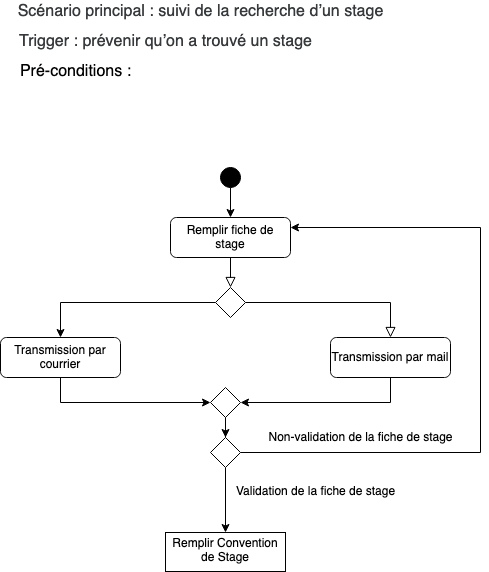
adamspd/outils-ingenierie keeps this draw.io diagram as scenario.drawio.png. Above is the earlier version. Source tidied: cells renumbered, new cells last; positions are measured from the earlier drawing's top-left corner, leaving out a move shared by most shapes. Its diagram source:
```xml
<mxGraphModel>
  <root>
    <mxCell id="0" />
    <mxCell id="1" parent="0" />
    <mxCell id="2" style="rounded=0;html=1;jettySize=auto;fontSize=11;endArrow=block;endFill=0;endSize=8;strokeWidth=1;shadow=0;labelBackgroundColor=none;edgeStyle=orthogonalEdgeStyle;" parent="1" edge="1" source="3" target="6">
      <mxGeometry relative="1" as="geometry" />
    </mxCell>
    <mxCell id="3" value="Remplir fiche de stage" style="rounded=1;whiteSpace=wrap;html=1;fontSize=12;glass=0;strokeWidth=1;shadow=0;" parent="1" vertex="1">
      <mxGeometry x="170" y="216" width="120" height="40" as="geometry" />
    </mxCell>
    <mxCell id="4" style="edgeStyle=orthogonalEdgeStyle;rounded=0;html=1;jettySize=auto;fontSize=11;endArrow=block;endFill=0;endSize=8;strokeWidth=1;shadow=0;labelBackgroundColor=none;" parent="1" edge="1" source="6" target="8">
      <mxGeometry y="10" relative="1" as="geometry" />
    </mxCell>
    <mxCell id="5" style="edgeStyle=orthogonalEdgeStyle;rounded=0;jettySize=auto;html=1;entryX=0.5;entryY=0;entryDx=0;entryDy=0;" parent="1" edge="1" source="6" target="12">
      <mxGeometry relative="1" as="geometry">
        <Array as="points">
          <mxPoint x="60" y="301" />
        </Array>
      </mxGeometry>
    </mxCell>
    <mxCell id="6" style="rhombus;whiteSpace=wrap;html=1;shadow=0;fontFamily=Helvetica;fontSize=12;align=center;strokeWidth=1;spacing=6;spacingTop=-4;" parent="1" vertex="1">
      <mxGeometry x="215" y="286" width="30" height="30" as="geometry" />
    </mxCell>
    <mxCell id="7" style="edgeStyle=orthogonalEdgeStyle;rounded=0;jettySize=auto;html=1;exitX=0.5;exitY=1;exitDx=0;exitDy=0;entryX=1;entryY=0.5;entryDx=0;entryDy=0;" parent="1" edge="1" source="8" target="14">
      <mxGeometry relative="1" as="geometry" />
    </mxCell>
    <mxCell id="8" value="Transmission par mail" style="rounded=1;whiteSpace=wrap;html=1;fontSize=12;glass=0;strokeWidth=1;shadow=0;" parent="1" vertex="1">
      <mxGeometry x="330" y="336" width="120" height="40" as="geometry" />
    </mxCell>
    <mxCell id="9" style="edgeStyle=orthogonalEdgeStyle;rounded=0;jettySize=auto;html=1;" parent="1" edge="1" source="10" target="3">
      <mxGeometry relative="1" as="geometry" />
    </mxCell>
    <mxCell id="10" style="ellipse;whiteSpace=wrap;html=1;rounded=1;shadow=0;strokeWidth=1;glass=0;fillColor=#000000;" parent="1" vertex="1">
      <mxGeometry x="220" y="166" width="20" height="20" as="geometry" />
    </mxCell>
    <mxCell id="11" style="edgeStyle=orthogonalEdgeStyle;rounded=0;jettySize=auto;html=1;exitX=0.5;exitY=1;exitDx=0;exitDy=0;entryX=0;entryY=0.5;entryDx=0;entryDy=0;" parent="1" edge="1" source="12" target="14">
      <mxGeometry relative="1" as="geometry" />
    </mxCell>
    <mxCell id="12" value="Transmission par courrier" style="rounded=1;whiteSpace=wrap;html=1;fontSize=12;glass=0;strokeWidth=1;shadow=0;" parent="1" vertex="1">
      <mxGeometry y="336" width="120" height="40" as="geometry" />
    </mxCell>
    <mxCell id="13" style="edgeStyle=orthogonalEdgeStyle;rounded=0;jettySize=auto;html=1;" parent="1" edge="1" source="14" target="17">
      <mxGeometry relative="1" as="geometry" />
    </mxCell>
    <mxCell id="14" style="rhombus;whiteSpace=wrap;html=1;shadow=0;fontFamily=Helvetica;fontSize=12;align=center;strokeWidth=1;spacing=6;spacingTop=-4;" parent="1" vertex="1">
      <mxGeometry x="210" y="386" width="30" height="30" as="geometry" />
    </mxCell>
    <mxCell id="15" style="edgeStyle=orthogonalEdgeStyle;rounded=0;jettySize=auto;html=1;exitX=1;exitY=0.5;exitDx=0;exitDy=0;entryX=1;entryY=0.25;entryDx=0;entryDy=0;" parent="1" edge="1" source="17" target="3">
      <mxGeometry relative="1" as="geometry">
        <Array as="points">
          <mxPoint x="480" y="451" />
          <mxPoint x="480" y="226" />
        </Array>
      </mxGeometry>
    </mxCell>
    <mxCell id="16" style="edgeStyle=orthogonalEdgeStyle;rounded=0;jettySize=auto;html=1;fontSize=18;" parent="1" edge="1" source="17" target="22">
      <mxGeometry relative="1" as="geometry" />
    </mxCell>
    <mxCell id="17" style="rhombus;whiteSpace=wrap;html=1;shadow=0;fontFamily=Helvetica;fontSize=12;align=center;strokeWidth=1;spacing=6;spacingTop=-4;" parent="1" vertex="1">
      <mxGeometry x="210" y="436" width="30" height="30" as="geometry" />
    </mxCell>
    <mxCell id="18" value="&lt;div&gt;Non-validation de la fiche de stage &lt;br&gt;&lt;/div&gt;" style="text;html=1;align=center;verticalAlign=middle;strokeColor=none;fillColor=none;" parent="1" vertex="1">
      <mxGeometry x="260" y="426" width="200" height="20" as="geometry" />
    </mxCell>
    <mxCell id="19" value="&lt;font style=&quot;font-size: 18px&quot;&gt;&lt;span style=&quot;font-size: 12pt ; font-family: &amp;#34;roboto&amp;#34; , sans-serif ; color: rgb(55 , 58 , 60) ; background-color: transparent ; font-weight: 400 ; font-style: normal ; font-variant: normal ; text-decoration: none ; vertical-align: baseline&quot; id=&quot;docs-internal-guid-2315f3f0-7fff-ca5e-1ef0-04142d9a7859&quot;&gt;Scénario principal : suivi de la recherche d’un stage&lt;/span&gt;&lt;/font&gt;" style="text;html=1;align=center;verticalAlign=middle;strokeColor=none;fillColor=none;" parent="1" vertex="1">
      <mxGeometry x="10" width="380" height="20" as="geometry" />
    </mxCell>
    <mxCell id="20" value="&lt;font style=&quot;font-size: 18px&quot;&gt;&lt;span style=&quot;font-size: 12pt ; font-family: &amp;#34;roboto&amp;#34; , sans-serif ; color: rgb(55 , 58 , 60) ; background-color: transparent ; font-weight: 400 ; font-style: normal ; font-variant: normal ; text-decoration: none ; vertical-align: baseline&quot; id=&quot;docs-internal-guid-c45b90e8-7fff-4aa6-fac8-b19dbd367f1d&quot;&gt;Trigger : prévenir qu’on a trouvé un stage&lt;/span&gt;&lt;/font&gt;" style="text;html=1;align=center;verticalAlign=middle;strokeColor=none;fillColor=none;" parent="1" vertex="1">
      <mxGeometry x="10" y="30" width="310" height="20" as="geometry" />
    </mxCell>
    <mxCell id="21" value="&lt;font size=&quot;3&quot;&gt;Pré-conditions : &lt;br&gt;&lt;/font&gt;" style="text;html=1;align=center;verticalAlign=middle;strokeColor=none;fillColor=none;" parent="1" vertex="1">
      <mxGeometry x="10" y="60" width="130" height="20" as="geometry" />
    </mxCell>
    <mxCell id="22" value="Remplir Convention de Stage" style="whiteSpace=wrap;html=1;shadow=0;strokeWidth=1;spacing=6;spacingTop=-4;" parent="1" vertex="1">
      <mxGeometry x="165" y="531" width="120" height="39" as="geometry" />
    </mxCell>
    <mxCell id="23" value="&lt;div&gt;Validation de la fiche de stage &lt;br&gt;&lt;/div&gt;" style="text;html=1;align=center;verticalAlign=middle;strokeColor=none;fillColor=none;" parent="1" vertex="1">
      <mxGeometry x="230" y="480" width="170" height="20" as="geometry" />
    </mxCell>
  </root>
</mxGraphModel>
```
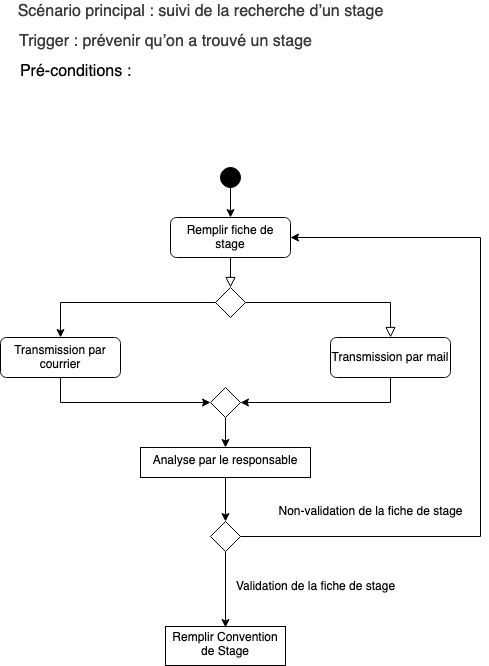
After the commit.

Commit message:
Added "Analyse par le responsable"

Change to the diagram source:
```diff
@@ -39,28 +39,31 @@
     <mxCell id="12" value="Transmission par courrier" style="rounded=1;whiteSpace=wrap;html=1;fontSize=12;glass=0;strokeWidth=1;shadow=0;" parent="1" vertex="1">
       <mxGeometry y="336" width="120" height="40" as="geometry" />
     </mxCell>
-    <mxCell id="13" style="edgeStyle=orthogonalEdgeStyle;rounded=0;jettySize=auto;html=1;" parent="1" edge="1" source="14" target="17">
-      <mxGeometry relative="1" as="geometry" />
-    </mxCell>
+    <mxCell id="24" style="edgeStyle=orthogonalEdgeStyle;rounded=0;jettySize=auto;html=1;fontSize=12;" parent="1" edge="1" source="14" target="26">
+      <mxGeometry relative="1" as="geometry" />
+    </mxCell>
     <mxCell id="14" style="rhombus;whiteSpace=wrap;html=1;shadow=0;fontFamily=Helvetica;fontSize=12;align=center;strokeWidth=1;spacing=6;spacingTop=-4;" parent="1" vertex="1">
       <mxGeometry x="210" y="386" width="30" height="30" as="geometry" />
     </mxCell>
-    <mxCell id="15" style="edgeStyle=orthogonalEdgeStyle;rounded=0;jettySize=auto;html=1;exitX=1;exitY=0.5;exitDx=0;exitDy=0;entryX=1;entryY=0.25;entryDx=0;entryDy=0;" parent="1" edge="1" source="17" target="3">
+    <mxCell id="15" style="edgeStyle=orthogonalEdgeStyle;rounded=0;jettySize=auto;html=1;exitX=1;exitY=0.5;exitDx=0;exitDy=0;entryX=1;entryY=0.5;entryDx=0;entryDy=0;" parent="1" edge="1" target="3">
       <mxGeometry relative="1" as="geometry">
+        <mxPoint x="240" y="535" as="sourcePoint" />
         <Array as="points">
-          <mxPoint x="480" y="451" />
-          <mxPoint x="480" y="226" />
+          <mxPoint x="480" y="535" />
+          <mxPoint x="480" y="236" />
         </Array>
       </mxGeometry>
     </mxCell>
-    <mxCell id="16" style="edgeStyle=orthogonalEdgeStyle;rounded=0;jettySize=auto;html=1;fontSize=18;" parent="1" edge="1" source="17" target="22">
-      <mxGeometry relative="1" as="geometry" />
+    <mxCell id="16" style="edgeStyle=orthogonalEdgeStyle;rounded=0;jettySize=auto;html=1;fontSize=18;" parent="1" edge="1" source="17">
+      <mxGeometry relative="1" as="geometry">
+        <mxPoint x="225" y="626" as="targetPoint" />
+      </mxGeometry>
     </mxCell>
     <mxCell id="17" style="rhombus;whiteSpace=wrap;html=1;shadow=0;fontFamily=Helvetica;fontSize=12;align=center;strokeWidth=1;spacing=6;spacingTop=-4;" parent="1" vertex="1">
-      <mxGeometry x="210" y="436" width="30" height="30" as="geometry" />
+      <mxGeometry x="210" y="520" width="30" height="30" as="geometry" />
     </mxCell>
     <mxCell id="18" value="&lt;div&gt;Non-validation de la fiche de stage &lt;br&gt;&lt;/div&gt;" style="text;html=1;align=center;verticalAlign=middle;strokeColor=none;fillColor=none;" parent="1" vertex="1">
-      <mxGeometry x="260" y="426" width="200" height="20" as="geometry" />
+      <mxGeometry x="270" y="500" width="200" height="20" as="geometry" />
     </mxCell>
     <mxCell id="19" value="&lt;font style=&quot;font-size: 18px&quot;&gt;&lt;span style=&quot;font-size: 12pt ; font-family: &amp;#34;roboto&amp;#34; , sans-serif ; color: rgb(55 , 58 , 60) ; background-color: transparent ; font-weight: 400 ; font-style: normal ; font-variant: normal ; text-decoration: none ; vertical-align: baseline&quot; id=&quot;docs-internal-guid-2315f3f0-7fff-ca5e-1ef0-04142d9a7859&quot;&gt;Scénario principal : suivi de la recherche d’un stage&lt;/span&gt;&lt;/font&gt;" style="text;html=1;align=center;verticalAlign=middle;strokeColor=none;fillColor=none;" parent="1" vertex="1">
       <mxGeometry x="10" width="380" height="20" as="geometry" />
@@ -72,10 +75,16 @@
       <mxGeometry x="10" y="60" width="130" height="20" as="geometry" />
     </mxCell>
     <mxCell id="22" value="Remplir Convention de Stage" style="whiteSpace=wrap;html=1;shadow=0;strokeWidth=1;spacing=6;spacingTop=-4;" parent="1" vertex="1">
-      <mxGeometry x="165" y="531" width="120" height="39" as="geometry" />
+      <mxGeometry x="165" y="625" width="120" height="39" as="geometry" />
     </mxCell>
     <mxCell id="23" value="&lt;div&gt;Validation de la fiche de stage &lt;br&gt;&lt;/div&gt;" style="text;html=1;align=center;verticalAlign=middle;strokeColor=none;fillColor=none;" parent="1" vertex="1">
-      <mxGeometry x="230" y="480" width="170" height="20" as="geometry" />
+      <mxGeometry x="230" y="575" width="170" height="20" as="geometry" />
     </mxCell>
+    <mxCell id="25" style="edgeStyle=orthogonalEdgeStyle;rounded=0;jettySize=auto;html=1;exitX=0.5;exitY=1;exitDx=0;exitDy=0;entryX=0.5;entryY=0;entryDx=0;entryDy=0;fontSize=12;" parent="1" edge="1" source="26" target="17">
+      <mxGeometry relative="1" as="geometry" />
+    </mxCell>
+    <mxCell id="26" value="Analyse par le responsable" style="whiteSpace=wrap;html=1;shadow=0;strokeWidth=1;spacing=6;spacingTop=-4;" parent="1" vertex="1">
+      <mxGeometry x="140" y="446" width="170" height="30" as="geometry" />
+    </mxCell>
   </root>
 </mxGraphModel>
```
